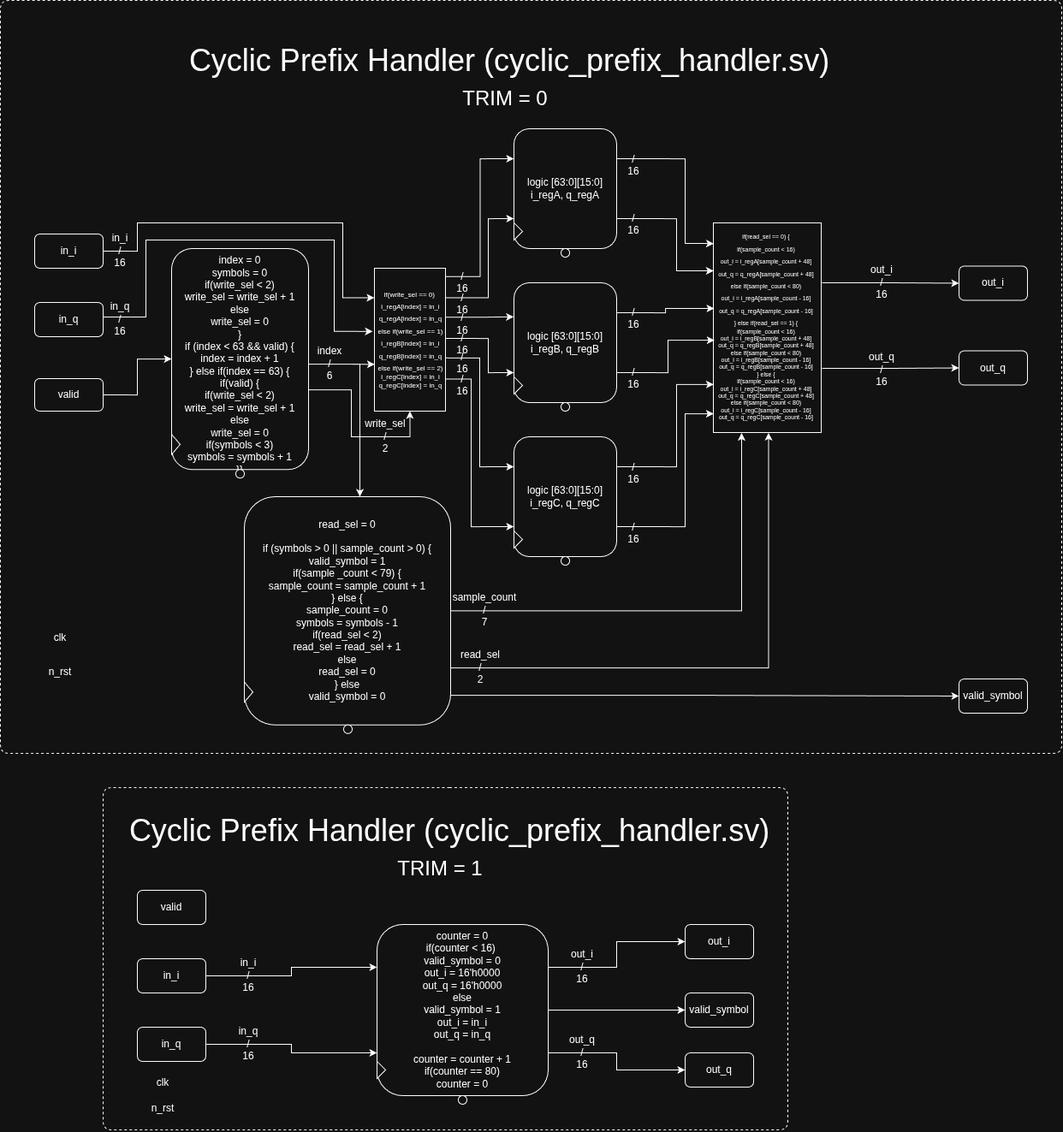
Before: diagrams/cyclicprefixrtl.png, a diagram exported from draw.io (Yauk-An-Ant/OFDM-Baseband-PHY-FPGA). Source tidied: cells renumbered, new cells last; positions are measured from the earlier drawing's top-left corner, leaving out a move shared by most shapes.
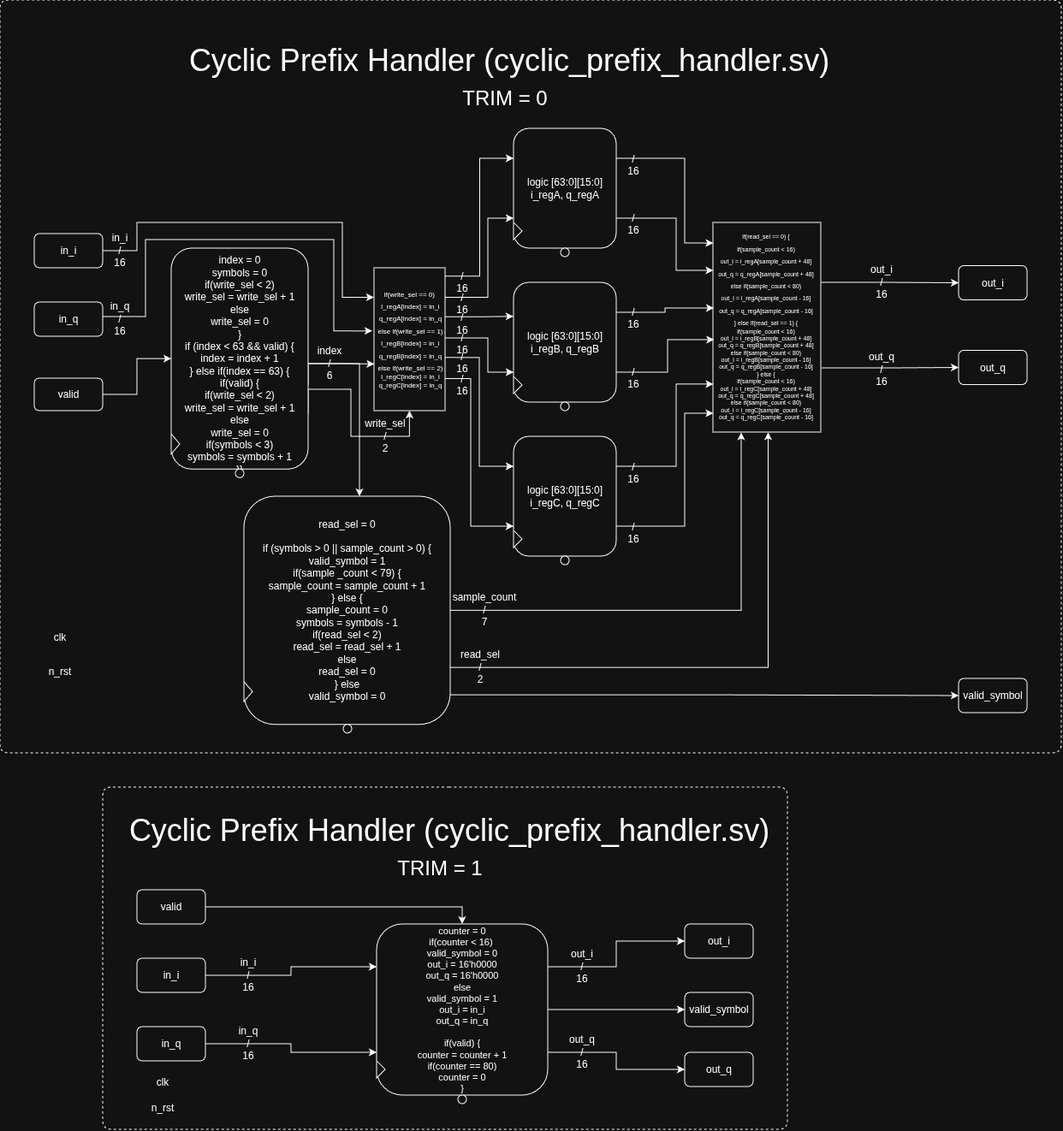
Later version of the same file.

Commit message:
Cyclic prefix diagram fix

What changed in the source:
```diff
@@ -29,7 +29,7 @@
     <mxCell id="10" style="edgeStyle=orthogonalEdgeStyle;rounded=0;jettySize=auto;html=1;exitX=1;exitY=0.5;exitDx=0;exitDy=0;entryX=0;entryY=0.5;entryDx=0;entryDy=0;" parent="1" edge="1" source="11" target="93">
       <mxGeometry relative="1" as="geometry" />
     </mxCell>
-    <mxCell id="11" value="&lt;div&gt;counter = 0&lt;/div&gt;&lt;div&gt;if(counter &amp;lt; 16)&amp;nbsp;&lt;/div&gt;&lt;div&gt;valid_symbol = 0&lt;/div&gt;&lt;div&gt;out_i = 16'h0000&lt;/div&gt;&lt;div&gt;out_q = 16'h0000&lt;/div&gt;&lt;div&gt;else&lt;/div&gt;&lt;div&gt;valid_symbol = 1&lt;/div&gt;&lt;div&gt;out_i = in_i&lt;/div&gt;&lt;div&gt;out_q = in_q&lt;/div&gt;&lt;div&gt;&lt;br&gt;&lt;/div&gt;&lt;div&gt;counter = counter + 1&lt;/div&gt;&lt;div&gt;if(counter == 80)&lt;/div&gt;&lt;div&gt;counter = 0&lt;/div&gt;" style="rounded=1;whiteSpace=wrap;html=1;" parent="1" vertex="1">
+    <mxCell id="11" value="&lt;div&gt;counter = 0&lt;/div&gt;&lt;div&gt;if(counter &amp;lt; 16)&amp;nbsp;&lt;/div&gt;&lt;div&gt;valid_symbol = 0&lt;/div&gt;&lt;div&gt;out_i = 16'h0000&lt;/div&gt;&lt;div&gt;out_q = 16'h0000&lt;/div&gt;&lt;div&gt;else&lt;/div&gt;&lt;div&gt;valid_symbol = 1&lt;/div&gt;&lt;div&gt;out_i = in_i&lt;/div&gt;&lt;div&gt;out_q = in_q&lt;/div&gt;&lt;div&gt;&lt;br&gt;&lt;/div&gt;&lt;div&gt;if(valid) {&lt;/div&gt;&lt;div&gt;counter = counter + 1&lt;/div&gt;&lt;div&gt;if(counter == 80)&lt;/div&gt;&lt;div&gt;counter = 0&lt;/div&gt;&lt;div&gt;}&lt;/div&gt;" style="rounded=1;whiteSpace=wrap;html=1;fontSize=11;" parent="1" vertex="1">
       <mxGeometry x="440" y="1080" width="200" height="200" as="geometry" />
     </mxCell>
     <mxCell id="12" value=" " style="edgeStyle=orthogonalEdgeStyle;rounded=0;jettySize=auto;html=1;exitX=1;exitY=0.75;exitDx=0;exitDy=0;entryX=0;entryY=0.5;entryDx=0;entryDy=0;" parent="1" edge="1" source="96">
@@ -411,6 +411,9 @@
     <mxCell id="98" style="ellipse;whiteSpace=wrap;html=1;" parent="95" vertex="1">
       <mxGeometry x="75" y="258.3" width="10" height="10" as="geometry" />
     </mxCell>
+    <mxCell id="102" style="edgeStyle=orthogonalEdgeStyle;rounded=0;jettySize=auto;html=1;exitX=1;exitY=0.5;exitDx=0;exitDy=0;entryX=0.5;entryY=0;entryDx=0;entryDy=0;" parent="1" edge="1" source="99" target="11">
+      <mxGeometry relative="1" as="geometry" />
+    </mxCell>
     <mxCell id="99" value="valid" style="rounded=1;whiteSpace=wrap;html=1;" parent="1" vertex="1">
       <mxGeometry x="160" y="1040" width="80" height="40" as="geometry" />
     </mxCell>
```
